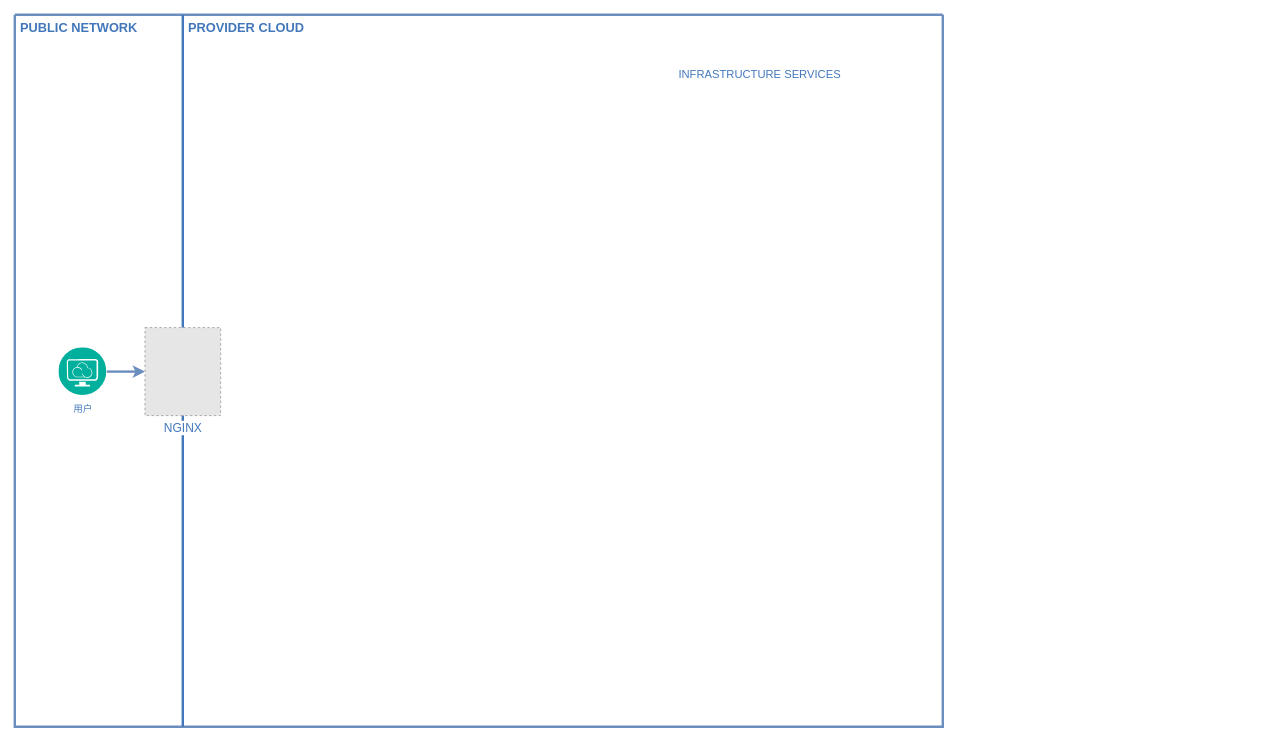
The draw.io diagram ms.drawio in vyuvlink/images, before the edit. Source tidied: cells renumbered, new cells numbered last; positions are measured from the earlier drawing's top-left corner, leaving out a move shared by most shapes. Both pictures are drawn from the tidied source at 80%, with x=0, y=0 at pixel (14, 14). Pictures stored in the file or linked from it are replaced by grey dashed boxes.
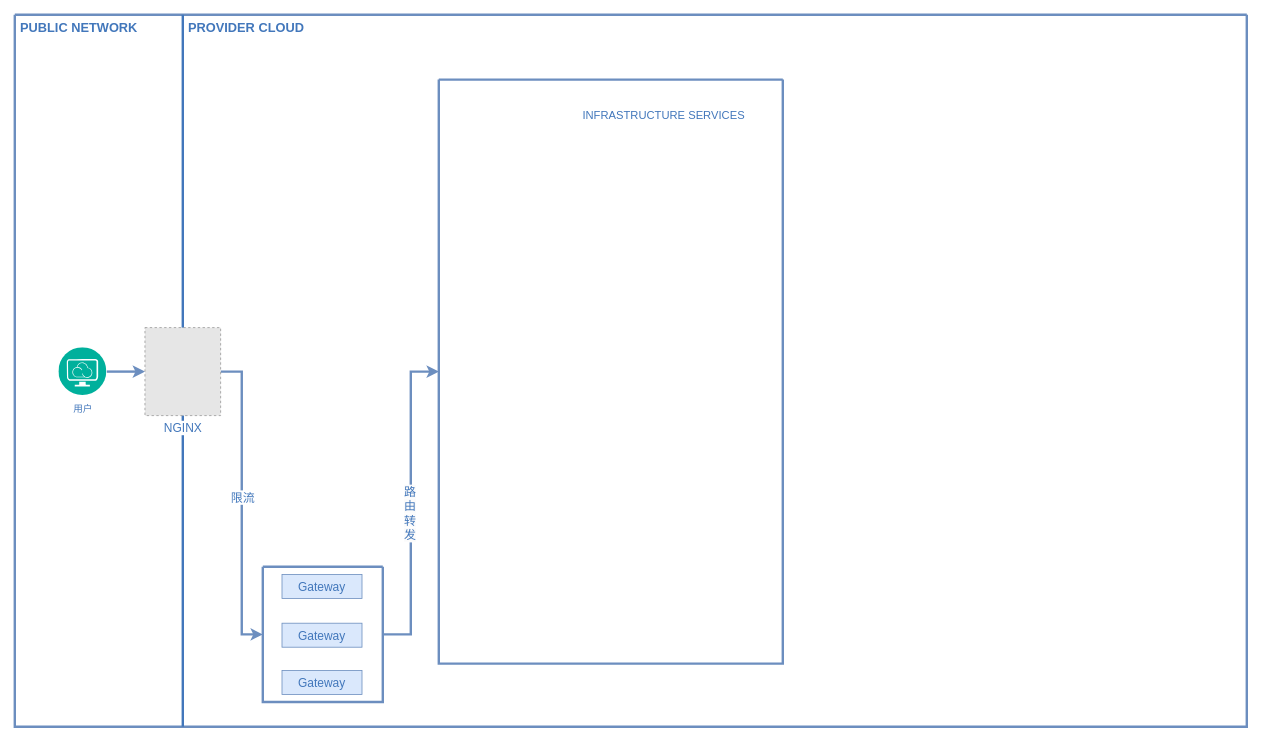
After the change.

What changed in the source:
```diff
@@
 <mxGraphModel>
   <root>
     <mxCell id="0" />
     <mxCell id="1" parent="0" />
     <mxCell id="2" style="swimlane;shadow=0;strokeColor=#6c8ebf;fillColor=#dae8fc;align=center;startSize=0;strokeWidth=3;" parent="1" vertex="1">
-      <mxGeometry width="1160" height="890" as="geometry" />
+      <mxGeometry width="1540" height="890" as="geometry" />
     </mxCell>
     <mxCell id="3" value="PUBLIC NETWORK" style="text;html=1;align=left;verticalAlign=top;fontColor=#4277BB;shadow=0;dashed=0;strokeColor=none;fillColor=none;labelBackgroundColor=none;fontStyle=1;fontSize=16;spacingLeft=5;" parent="2" vertex="1">
       <mxGeometry width="170" height="30" as="geometry" />
     </mxCell>
     <mxCell id="4" value="PROVIDER CLOUD" style="text;html=1;align=left;verticalAlign=top;fontColor=#4277BB;shadow=0;dashed=0;strokeColor=none;fillColor=none;labelBackgroundColor=none;fontStyle=1;fontSize=16;spacingLeft=5;" parent="2" vertex="1">
       <mxGeometry x="210" width="180" height="35" as="geometry" />
     </mxCell>
     <mxCell id="5" style="line;strokeWidth=3;direction=south;html=1;shadow=0;labelBackgroundColor=none;fillColor=none;gradientColor=none;fontSize=12;fontColor=#4277BB;align=right;strokeColor=#4277BB;" parent="2" vertex="1">
       <mxGeometry x="205" width="10" height="890" as="geometry" />
     </mxCell>
     <mxCell id="6" style="edgeStyle=orthogonalEdgeStyle;rounded=0;jettySize=auto;html=1;strokeWidth=3;fillColor=#dae8fc;strokeColor=#6c8ebf;exitX=1;exitY=0.5;exitDx=0;exitDy=0;" parent="2" edge="1" source="9" target="7">
       <mxGeometry relative="1" as="geometry" />
     </mxCell>
+    <mxCell id="10" style="edgeStyle=orthogonalEdgeStyle;rounded=0;jettySize=auto;html=1;entryX=0;entryY=0.5;entryDx=0;entryDy=0;shadow=0;strokeColor=#6c8ebf;strokeWidth=3;align=center;verticalAlign=middle;fontFamily=Helvetica;fontSize=12;fontColor=default;fontStyle=1;startSize=0;fillColor=#dae8fc;" parent="2" edge="1" source="7" target="14">
+      <mxGeometry relative="1" as="geometry" />
+    </mxCell>
+    <mxCell id="11" value="&lt;font color=&quot;#4277bb&quot; style=&quot;font-size: 15px;&quot;&gt;限流&lt;/font&gt;" style="edgeLabel;html=1;align=center;verticalAlign=middle;" parent="10" vertex="1">
+      <mxGeometry x="-0.04" y="1" relative="1" as="geometry" />
+    </mxCell>
     <mxCell id="7" value="&lt;div style=&quot;font-size: 15px;&quot;&gt;NGINX&lt;br style=&quot;font-size: 15px;&quot;&gt;&lt;/div&gt;" style="fillColor=#E6E6E6;strokeColor=#999999;dashed=1;verticalLabelPosition=bottom;labelBackgroundColor=default;verticalAlign=top;fontColor=#4277BB;html=1;fontSize=15;" parent="2" vertex="1">
       <mxGeometry x="162.7" y="391" width="94.6" height="110" as="geometry" />
     </mxCell>
+    <mxCell id="9" value="用户" style="image;perimeter=ellipsePerimeter;html=1;align=center;shadow=0;dashed=0;fontColor=#4277BB;labelBackgroundColor=default;fontSize=12;spacingTop=3;image=img/lib/ibm/management/provider_cloud_portal_service.svg;" parent="2" vertex="1">
+      <mxGeometry x="55" y="416" width="60" height="60" as="geometry" />
+    </mxCell>
+    <mxCell id="12" style="edgeStyle=orthogonalEdgeStyle;rounded=0;jettySize=auto;html=1;exitX=1;exitY=0.5;exitDx=0;exitDy=0;shadow=0;strokeColor=#6c8ebf;strokeWidth=3;align=center;verticalAlign=middle;fontFamily=Helvetica;fontSize=12;fontColor=default;fontStyle=1;startSize=0;fillColor=#dae8fc;" parent="2" edge="1" source="14" target="18">
+      <mxGeometry relative="1" as="geometry" />
+    </mxCell>
+    <mxCell id="13" value="&lt;span style=&quot;color: rgb(66, 119, 187); font-size: 15px; text-wrap: wrap; background-color: rgb(251, 251, 251);&quot;&gt;路由转发&lt;/span&gt;" style="edgeLabel;html=1;align=center;verticalAlign=middle;" parent="12" vertex="1">
+      <mxGeometry x="-0.06" y="2" relative="1" as="geometry" />
+    </mxCell>
+    <mxCell id="14" style="swimlane;shadow=0;strokeColor=#6c8ebf;fillColor=#dae8fc;align=center;startSize=0;strokeWidth=3;" parent="2" vertex="1">
+      <mxGeometry x="310" y="690" width="150" height="169" as="geometry" />
+    </mxCell>
+    <mxCell id="15" value="Gateway" style="text;html=1;align=center;verticalAlign=middle;whiteSpace=wrap;rounded=0;fillColor=#dae8fc;strokeColor=#6c8ebf;perimeterSpacing=0;fontSize=15;fontColor=#4277BB;" parent="14" vertex="1">
+      <mxGeometry x="24" y="9.5" width="100" height="30" as="geometry" />
+    </mxCell>
+    <mxCell id="16" value="Gateway" style="text;html=1;align=center;verticalAlign=middle;whiteSpace=wrap;rounded=0;fillColor=#dae8fc;strokeColor=#6c8ebf;perimeterSpacing=0;fontSize=15;fontColor=#4277BB;" parent="14" vertex="1">
+      <mxGeometry x="24" y="129.5" width="100" height="30" as="geometry" />
+    </mxCell>
+    <mxCell id="17" value="Gateway" style="text;html=1;align=center;verticalAlign=middle;whiteSpace=wrap;rounded=0;fillColor=#dae8fc;strokeColor=#6c8ebf;perimeterSpacing=0;fontSize=15;fontColor=#4277BB;" parent="14" vertex="1">
+      <mxGeometry x="24" y="70.5" width="100" height="30" as="geometry" />
+    </mxCell>
+    <mxCell id="18" style="swimlane;shadow=0;strokeColor=#6c8ebf;fillColor=#dae8fc;align=center;startSize=0;strokeWidth=3;" parent="2" vertex="1">
+      <mxGeometry x="530" y="81" width="430" height="730" as="geometry" />
+    </mxCell>
-    <mxCell id="8" value="INFRASTRUCTURE SERVICES" style="text;html=1;align=left;verticalAlign=top;fontColor=#4277BB;shadow=0;dashed=0;strokeColor=none;fillColor=none;labelBackgroundColor=none;fontStyle=0;fontSize=14;spacingLeft=5;" parent="2" vertex="1">
-      <mxGeometry x="823" y="60" width="231" height="24" as="geometry" />
+    <mxCell id="8" value="INFRASTRUCTURE SERVICES" style="text;html=1;align=left;verticalAlign=top;fontColor=#4277BB;shadow=0;dashed=0;strokeColor=none;fillColor=none;labelBackgroundColor=none;fontStyle=0;fontSize=14;spacingLeft=5;" parent="18" vertex="1">
+      <mxGeometry x="173" y="30" width="231" height="24" as="geometry" />
     </mxCell>
-    <mxCell id="9" value="用户" style="image;perimeter=ellipsePerimeter;html=1;align=center;shadow=0;dashed=0;fontColor=#4277BB;labelBackgroundColor=default;fontSize=12;spacingTop=3;image=img/lib/ibm/management/provider_cloud_portal_service.svg;" parent="2" vertex="1">
-      <mxGeometry x="55" y="416" width="60" height="60" as="geometry" />
-    </mxCell>
   </root>
 </mxGraphModel>
```
